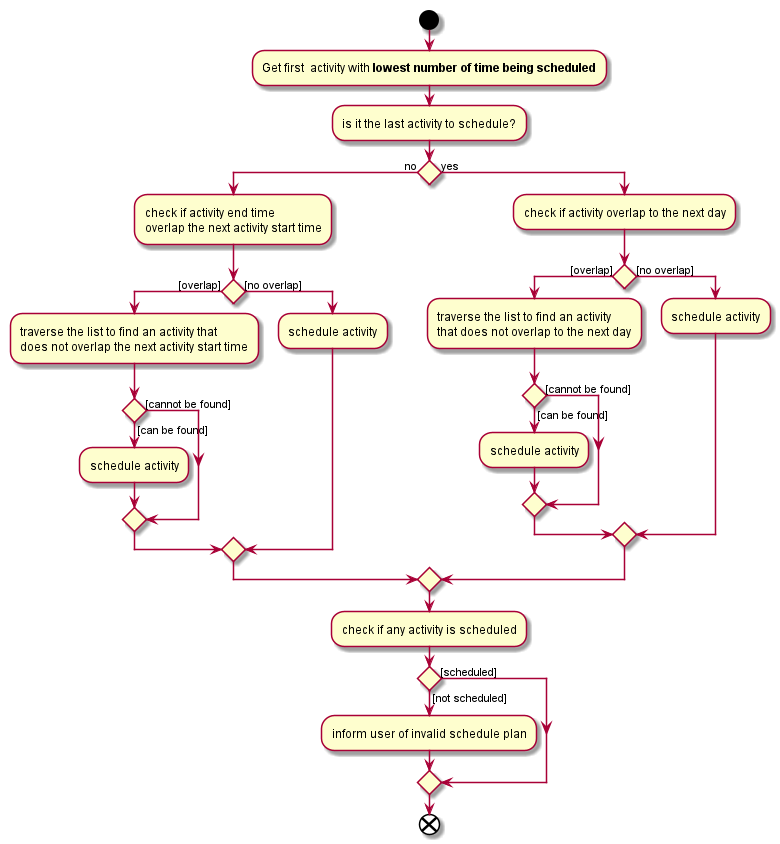
Before: docs/images/AutoScheduleActivityDiagram3.png, a diagram exported from PlantUML (nus-cs2103-AY1920S1/addressbook-level3). The source it was exported from:
```plantuml
@startuml
start
:Get first  activity with **lowest number of time being scheduled**;

:is it the last activity to schedule?;
    if() then (no)
       :check if activity end time \noverlap the next activity start time;
              if() then ([overlap])
            :traverse the list to find an activity that \ndoes not overlap the next activity start time;
                      if() then ([can be found])
                                      :schedule activity;
                                  else ([cannot be found])
                                  endif
              else([no overlap])
                  :schedule activity;
              endif
    else (yes)
        :check if activity overlap to the next day;
        if() then ([overlap])
            :traverse the list to find an activity \nthat does not overlap to the next day;
                if() then ([can be found])
                                :schedule activity;
                            else ([cannot be found])
                            endif
        else([no overlap])
            :schedule activity;
        endif
    endif;
    :check if any activity is scheduled;
        if() then ([not scheduled])
            :inform user of invalid schedule plan;
        else([scheduled])
        endif
end
@enduml
```
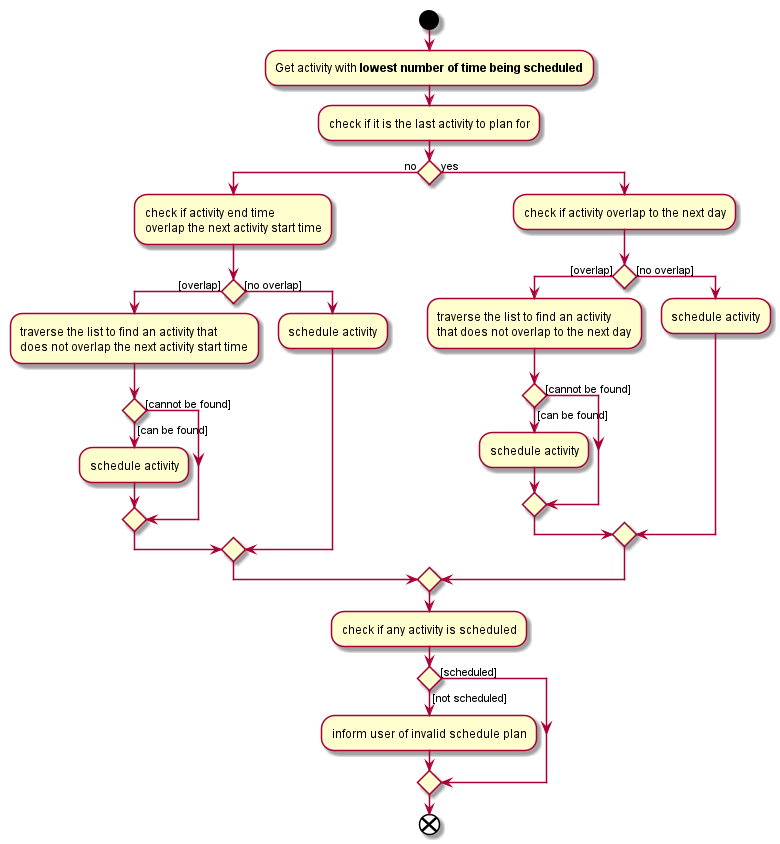
After the commit.

Change to the diagram source:
```diff
@@ -1,8 +1,8 @@
 @startuml
 start
-:Get first  activity with **lowest number of time being scheduled**;
+:Get activity with **lowest number of time being scheduled**;
 
-:is it the last activity to schedule?;
+:check if it is the last activity to plan for;
     if() then (no)
        :check if activity end time \noverlap the next activity start time;
               if() then ([overlap])
```
